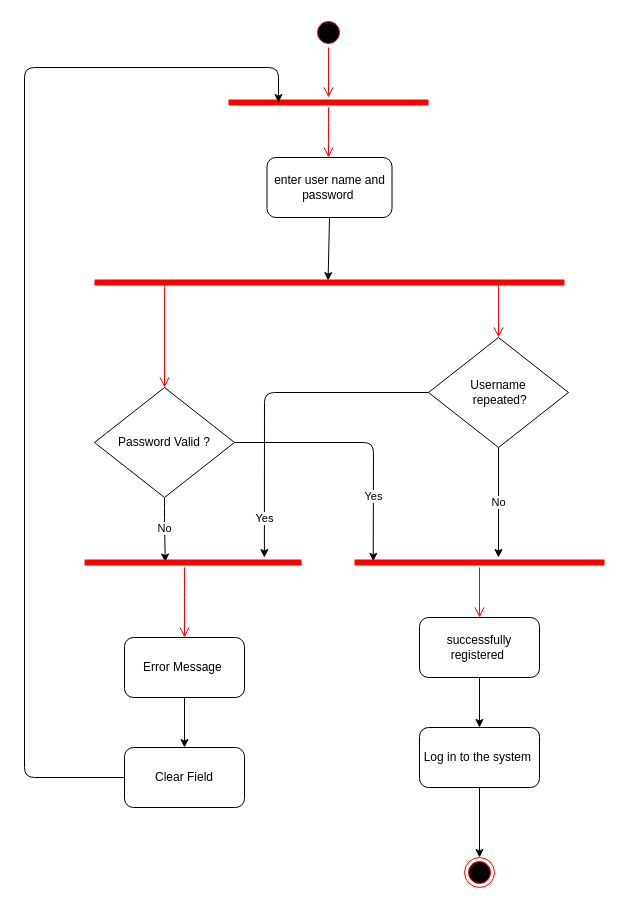
Earlier version of the draw.io diagram Tasks/Reham/Activity Diagram/1 Sign up .drawio (romanyn36/Catch-The-AI). Source tidied: cells renumbered, new cells numbered last; positions are measured from the earlier drawing's top-left corner, leaving out a move shared by most shapes. Both pictures are drawn from the tidied source at 100%, with x=0, y=0 at pixel (24, 17).
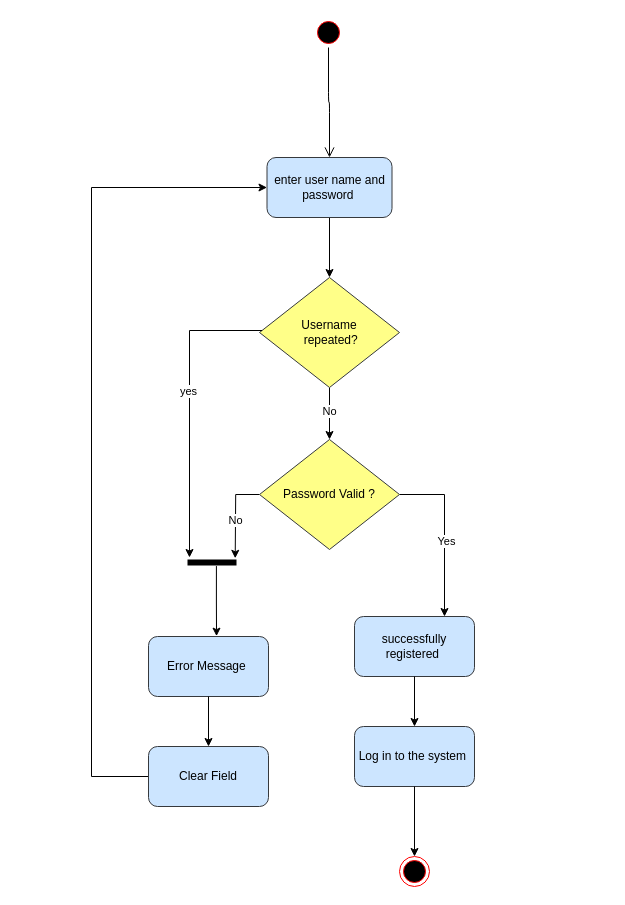
Above is the later version.

Unchanged cells that the change refers to:
```xml
<mxCell id="14" style="ellipse;html=1;shape=startState;fillColor=#000000;strokeColor=#ff0000;" parent="1" vertex="1">
  <mxGeometry x="289" width="30" height="30" as="geometry" />
</mxCell>
```

What changed in the source:
```diff
@@
+    <mxCell id="30" style="edgeStyle=orthogonalEdgeStyle;rounded=0;jettySize=auto;html=1;entryX=0.5;entryY=0;entryDx=0;entryDy=0;" parent="1" edge="1" source="2" target="3">
+      <mxGeometry relative="1" as="geometry" />
+    </mxCell>
-    <mxCell id="2" value="enter user name and password&amp;nbsp;" style="rounded=1;whiteSpace=wrap;html=1;" parent="1" vertex="1">
+    <mxCell id="2" value="enter user name and password&amp;nbsp;" style="rounded=1;whiteSpace=wrap;html=1;fillColor=#cce5ff;strokeColor=#36393d;" parent="1" vertex="1">
       <mxGeometry x="242.5" y="140" width="125" height="60" as="geometry" />
     </mxCell>
+    <mxCell id="31" style="edgeStyle=orthogonalEdgeStyle;rounded=0;jettySize=auto;html=1;" parent="1" edge="1" source="3" target="11">
+      <mxGeometry relative="1" as="geometry" />
+    </mxCell>
+    <mxCell id="32" value="No" style="edgeLabel;html=1;align=center;verticalAlign=middle;" parent="31" vertex="1">
+      <mxGeometry x="-0.13" y="-1" relative="1" as="geometry" />
+    </mxCell>
-    <mxCell id="3" value="Username &lt;br&gt;&amp;nbsp;repeated?" style="rhombus;whiteSpace=wrap;html=1;" parent="1" vertex="1">
-      <mxGeometry x="404" y="320" width="140" height="110" as="geometry" />
+    <mxCell id="3" value="Username &lt;br&gt;&amp;nbsp;repeated?" style="rhombus;whiteSpace=wrap;html=1;fillColor=#ffff88;strokeColor=#36393d;" parent="1" vertex="1">
+      <mxGeometry x="235" y="260" width="140" height="110" as="geometry" />
     </mxCell>
-    <mxCell id="4" style="endArrow=classic;html=1;entryX=0.497;entryY=0.309;entryDx=0;entryDy=0;exitX=0.5;exitY=1;exitDx=0;exitDy=0;entryPerimeter=0;" parent="1" edge="1" source="2" target="20">
-      <mxGeometry relative="1" as="geometry" />
-    </mxCell>
-    <mxCell id="5" value="successfully registered&amp;nbsp;" style="rounded=1;whiteSpace=wrap;html=1;" parent="1" vertex="1">
-      <mxGeometry x="395" y="600" width="120" height="60" as="geometry" />
+    <mxCell id="5" value="successfully registered&amp;nbsp;" style="rounded=1;whiteSpace=wrap;html=1;fillColor=#cce5ff;strokeColor=#36393d;" parent="1" vertex="1">
+      <mxGeometry x="330" y="599" width="120" height="60" as="geometry" />
     </mxCell>
-    <mxCell id="6" value="No" style="endArrow=classic;html=1;exitX=0.5;exitY=1;exitDx=0;exitDy=0;entryX=0.576;entryY=0;entryDx=0;entryDy=0;entryPerimeter=0;" parent="1" edge="1" source="3" target="17">
-      <mxGeometry relative="1" as="geometry" />
-    </mxCell>
-    <mxCell id="7" value="Log in to the system&amp;nbsp;" style="rounded=1;whiteSpace=wrap;html=1;" parent="1" vertex="1">
-      <mxGeometry x="395" y="710" width="120" height="60" as="geometry" />
+    <mxCell id="7" value="Log in to the system&amp;nbsp;" style="rounded=1;whiteSpace=wrap;html=1;fillColor=#cce5ff;strokeColor=#36393d;" parent="1" vertex="1">
+      <mxGeometry x="330" y="709" width="120" height="60" as="geometry" />
     </mxCell>
@@
     <mxCell id="9" style="ellipse;html=1;shape=endState;fillColor=#000000;strokeColor=#ff0000;" parent="1" vertex="1">
-      <mxGeometry x="440" y="840" width="30" height="30" as="geometry" />
+      <mxGeometry x="375" y="839" width="30" height="30" as="geometry" />
     </mxCell>
@@
+    <mxCell id="33" style="edgeStyle=orthogonalEdgeStyle;rounded=0;jettySize=auto;html=1;entryX=0.75;entryY=0;entryDx=0;entryDy=0;exitX=1;exitY=0.5;exitDx=0;exitDy=0;" parent="1" edge="1" source="11" target="5">
+      <mxGeometry relative="1" as="geometry" />
+    </mxCell>
+    <mxCell id="34" value="Yes" style="edgeLabel;html=1;align=center;verticalAlign=middle;" parent="33" vertex="1">
+      <mxGeometry x="0.09" y="4" relative="1" as="geometry">
+        <mxPoint x="-3" as="offset" />
+      </mxGeometry>
+    </mxCell>
+    <mxCell id="35" style="edgeStyle=orthogonalEdgeStyle;rounded=0;jettySize=auto;html=1;endArrow=classic;endFill=1;" parent="1" edge="1" source="11">
+      <mxGeometry relative="1" as="geometry">
+        <mxPoint x="210.7" y="540.8" as="targetPoint" />
+      </mxGeometry>
+    </mxCell>
+    <mxCell id="36" value="No" style="edgeLabel;html=1;align=center;verticalAlign=middle;" parent="35" vertex="1">
+      <mxGeometry x="0.13" y="-1" relative="1" as="geometry" />
+    </mxCell>
-    <mxCell id="11" value="&lt;span&gt;Password Valid ?&lt;/span&gt;" style="rhombus;whiteSpace=wrap;html=1;" parent="1" vertex="1">
-      <mxGeometry x="70" y="370" width="140" height="110" as="geometry" />
+    <mxCell id="11" value="&lt;span&gt;Password Valid ?&lt;/span&gt;" style="rhombus;whiteSpace=wrap;html=1;fillColor=#FFFF88;strokeColor=#36393d;" parent="1" vertex="1">
+      <mxGeometry x="235" y="422" width="140" height="110" as="geometry" />
     </mxCell>
-    <mxCell id="12" style="shape=line;html=1;strokeWidth=6;strokeColor=#ff0000;" parent="1" vertex="1">
-      <mxGeometry x="204" y="80" width="200" height="10" as="geometry" />
-    </mxCell>
-    <mxCell id="13" style="edgeStyle=orthogonalEdgeStyle;html=1;verticalAlign=bottom;endArrow=open;endSize=8;strokeColor=#ff0000;" parent="1" edge="1" source="12">
-      <mxGeometry relative="1" as="geometry">
-        <mxPoint x="304" y="140" as="targetPoint" />
-      </mxGeometry>
-    </mxCell>
@@
-    <mxCell id="15" style="edgeStyle=orthogonalEdgeStyle;html=1;verticalAlign=bottom;endArrow=open;endSize=8;strokeColor=#ff0000;" parent="1" edge="1" source="14" target="12">
+    <mxCell id="15" style="edgeStyle=orthogonalEdgeStyle;html=1;verticalAlign=bottom;endArrow=open;endSize=8;strokeColor=#000000;entryX=0.5;entryY=0;entryDx=0;entryDy=0;" parent="1" edge="1" source="14" target="2">
       <mxGeometry relative="1" as="geometry" />
     </mxCell>
-    <mxCell id="16" value="No" style="endArrow=classic;html=1;exitX=0.5;exitY=1;exitDx=0;exitDy=0;entryX=0.372;entryY=0.455;entryDx=0;entryDy=0;entryPerimeter=0;" parent="1" edge="1" source="11" target="23">
-      <mxGeometry x="-0.04" relative="1" as="geometry">
-        <Array as="points">
-          <mxPoint x="140" y="500" />
-        </Array>
-      </mxGeometry>
-    </mxCell>
-    <mxCell id="17" style="shape=line;html=1;strokeWidth=6;strokeColor=#ff0000;" parent="1" vertex="1">
-      <mxGeometry x="330" y="540" width="250" height="10" as="geometry" />
-    </mxCell>
-    <mxCell id="18" style="edgeStyle=orthogonalEdgeStyle;html=1;verticalAlign=bottom;endArrow=open;endSize=8;strokeColor=#ff0000;entryX=0.5;entryY=0;entryDx=0;entryDy=0;" parent="1" edge="1" source="17" target="5">
-      <mxGeometry relative="1" as="geometry" />
-    </mxCell>
-    <mxCell id="19" value="Yes" style="endArrow=classic;html=1;exitX=1;exitY=0.5;exitDx=0;exitDy=0;entryX=0.075;entryY=0.382;entryDx=0;entryDy=0;entryPerimeter=0;" parent="1" edge="1" source="11" target="17">
-      <mxGeometry x="0.5" relative="1" as="geometry">
-        <Array as="points">
-          <mxPoint x="349" y="425" />
-        </Array>
-      </mxGeometry>
-    </mxCell>
-    <mxCell id="20" style="shape=line;html=1;strokeWidth=6;strokeColor=#ff0000;" parent="1" vertex="1">
-      <mxGeometry x="70" y="260" width="470" height="10" as="geometry" />
-    </mxCell>
-    <mxCell id="21" style="edgeStyle=orthogonalEdgeStyle;html=1;verticalAlign=bottom;endArrow=open;endSize=8;strokeColor=#ff0000;exitX=0.158;exitY=0.455;exitDx=0;exitDy=0;exitPerimeter=0;" parent="1" edge="1" source="20" target="11">
-      <mxGeometry relative="1" as="geometry">
-        <Array as="points">
-          <mxPoint x="140" y="265" />
-        </Array>
-      </mxGeometry>
-    </mxCell>
-    <mxCell id="22" style="edgeStyle=orthogonalEdgeStyle;html=1;verticalAlign=bottom;endArrow=open;endSize=8;strokeColor=#ff0000;exitX=0.855;exitY=0.455;exitDx=0;exitDy=0;exitPerimeter=0;" parent="1" edge="1" source="20" target="3">
-      <mxGeometry relative="1" as="geometry">
-        <Array as="points">
-          <mxPoint x="474" y="265" />
-        </Array>
-      </mxGeometry>
-    </mxCell>
-    <mxCell id="23" style="shape=line;html=1;strokeWidth=6;strokeColor=#ff0000;" parent="1" vertex="1">
-      <mxGeometry x="60" y="540" width="217" height="10" as="geometry" />
+    <mxCell id="23" style="shape=line;html=1;strokeWidth=6;strokeColor=#000000;fillColor=#000000;" parent="1" vertex="1">
+      <mxGeometry x="163" y="540" width="49" height="10" as="geometry" />
     </mxCell>
-    <mxCell id="24" style="edgeStyle=orthogonalEdgeStyle;html=1;verticalAlign=bottom;endArrow=open;endSize=8;strokeColor=#ff0000;" parent="1" edge="1" source="23">
-      <mxGeometry relative="1" as="geometry">
-        <mxPoint x="160" y="620" as="targetPoint" />
-        <Array as="points">
-          <mxPoint x="160" y="570" />
-          <mxPoint x="160" y="570" />
-        </Array>
-      </mxGeometry>
-    </mxCell>
-    <mxCell id="25" value="Yes" style="endArrow=classic;html=1;exitX=0;exitY=0.5;exitDx=0;exitDy=0;entryX=0.829;entryY=0;entryDx=0;entryDy=0;entryPerimeter=0;" parent="1" edge="1" source="3" target="23">
-      <mxGeometry x="0.76" relative="1" as="geometry">
-        <Array as="points">
-          <mxPoint x="240" y="375" />
-        </Array>
-      </mxGeometry>
-    </mxCell>
-    <mxCell id="26" value="Error Message&amp;nbsp;" style="rounded=1;whiteSpace=wrap;html=1;" parent="1" vertex="1">
-      <mxGeometry x="100" y="620" width="120" height="60" as="geometry" />
+    <mxCell id="26" value="Error Message&amp;nbsp;" style="rounded=1;whiteSpace=wrap;html=1;fillColor=#cce5ff;strokeColor=#36393d;" parent="1" vertex="1">
+      <mxGeometry x="124" y="619" width="120" height="60" as="geometry" />
     </mxCell>
+    <mxCell id="37" style="edgeStyle=orthogonalEdgeStyle;rounded=0;jettySize=auto;html=1;entryX=0;entryY=0.5;entryDx=0;entryDy=0;" parent="1" edge="1" source="27" target="2">
+      <mxGeometry relative="1" as="geometry">
+        <Array as="points">
+          <mxPoint x="67" y="759" />
+          <mxPoint x="67" y="170" />
+        </Array>
+      </mxGeometry>
+    </mxCell>
-    <mxCell id="27" value="Clear Field" style="rounded=1;whiteSpace=wrap;html=1;" parent="1" vertex="1">
-      <mxGeometry x="100" y="730" width="120" height="60" as="geometry" />
+    <mxCell id="27" value="Clear Field" style="rounded=1;whiteSpace=wrap;html=1;fillColor=#cce5ff;strokeColor=#36393d;" parent="1" vertex="1">
+      <mxGeometry x="124" y="729" width="120" height="60" as="geometry" />
     </mxCell>
@@
-    <mxCell id="29" style="endArrow=classic;html=1;exitX=0;exitY=0.5;exitDx=0;exitDy=0;entryX=0.25;entryY=0.5;entryDx=0;entryDy=0;entryPerimeter=0;" parent="1" edge="1" source="27" target="12">
-      <mxGeometry relative="1" as="geometry">
-        <Array as="points">
-          <mxPoint y="760" />
-          <mxPoint y="50" />
-          <mxPoint x="254" y="50" />
-        </Array>
-      </mxGeometry>
-    </mxCell>
+    <mxCell id="25" style="edgeStyle=orthogonalEdgeStyle;rounded=0;jettySize=auto;html=1;endArrow=classic;endFill=1;" parent="1" edge="1" source="3" target="23">
+      <mxGeometry relative="1" as="geometry">
+        <Array as="points">
+          <mxPoint x="165" y="313" />
+        </Array>
+      </mxGeometry>
+    </mxCell>
+    <mxCell id="38" value="yes" style="edgeLabel;html=1;align=center;verticalAlign=middle;" parent="25" vertex="1">
+      <mxGeometry x="-0.11" y="-2" relative="1" as="geometry" />
+    </mxCell>
+    <mxCell id="39" style="edgeStyle=orthogonalEdgeStyle;rounded=0;jettySize=auto;html=1;entryX=0.567;entryY=-0.006;entryDx=0;entryDy=0;entryPerimeter=0;exitX=0.59;exitY=0.857;exitDx=0;exitDy=0;exitPerimeter=0;" parent="1" edge="1" source="23" target="26">
+      <mxGeometry relative="1" as="geometry" />
+    </mxCell>
```
